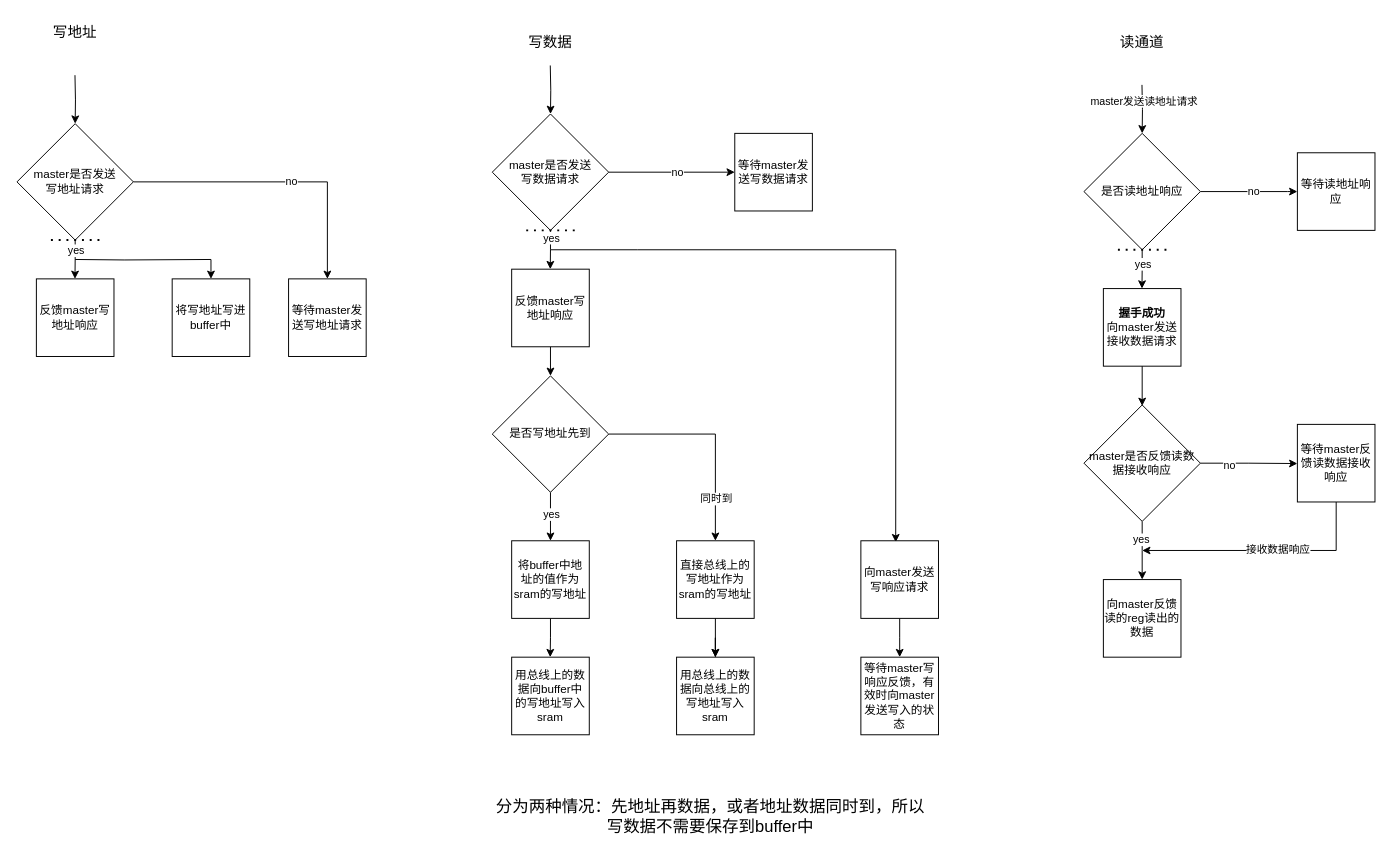
The draw.io diagram AXI-lite-reg.drawio in xiaoqiangshijie/oscpu-framework, before the edit. Source tidied: cells renumbered, new cells numbered last; positions are measured from the earlier drawing's top-left corner, leaving out a move shared by most shapes. Both pictures are drawn from the tidied source at 97%, with x=0, y=0 at pixel (16, 16).
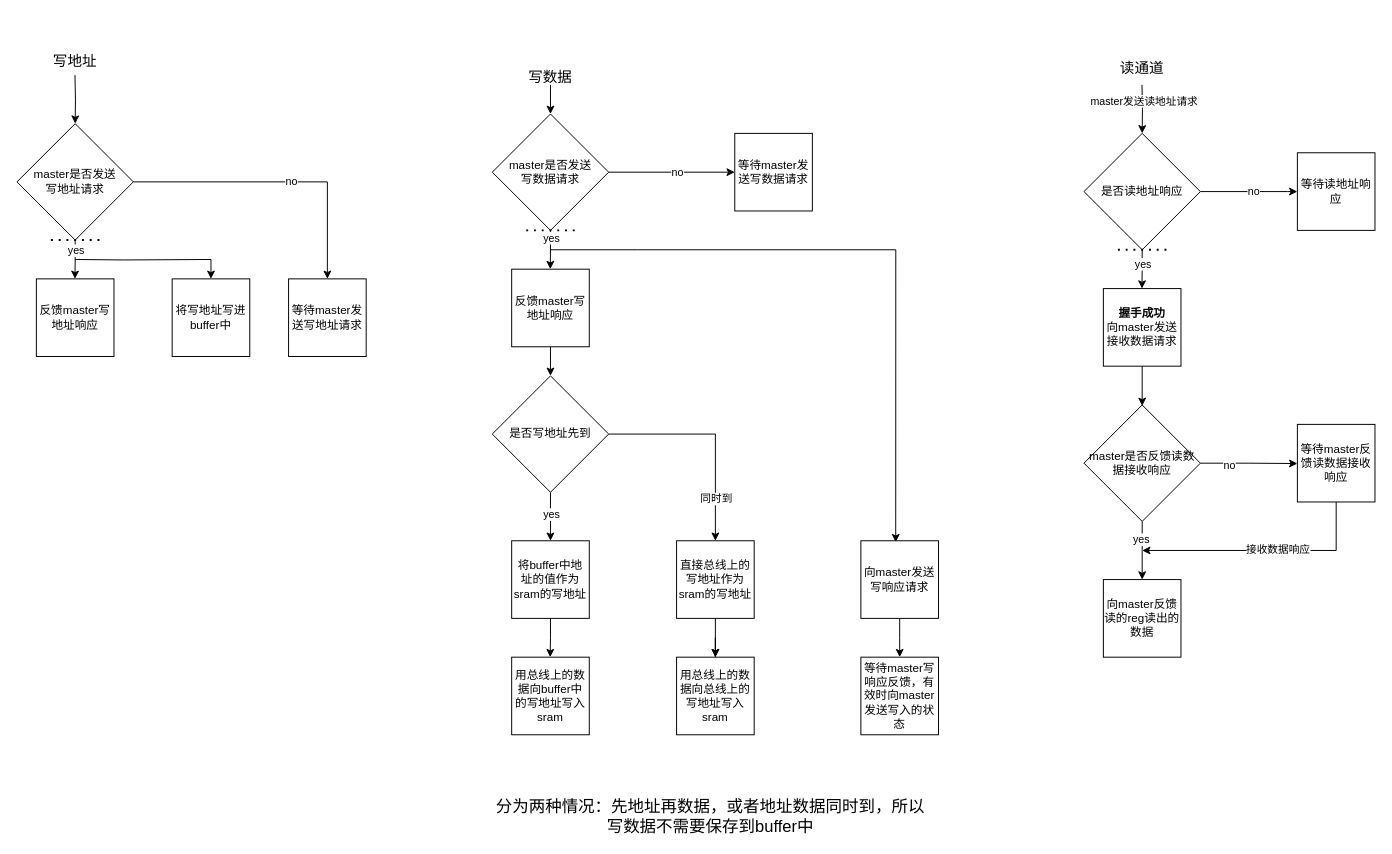
Above is the later version.

The change refers to these unchanged cells:
```xml
<mxCell id="15" value="master是否发送&lt;br&gt;写数据请求" style="rhombus;whiteSpace=wrap;html=1;" parent="1" vertex="1">
  <mxGeometry x="490" y="100" width="120" height="120" as="geometry" />
</mxCell>
```

The edit, as a diff of the source:
```diff
@@
-    <mxCell id="10" style="edgeStyle=orthogonalEdgeStyle;rounded=0;jettySize=auto;html=1;exitX=0.5;exitY=0;exitDx=0;exitDy=0;entryX=0.5;entryY=0;entryDx=0;entryDy=0;" parent="1" edge="1" target="15">
+    <mxCell id="10" style="edgeStyle=orthogonalEdgeStyle;rounded=0;jettySize=auto;html=1;entryX=0.5;entryY=0;entryDx=0;entryDy=0;" parent="1" edge="1" target="15">
       <mxGeometry relative="1" as="geometry">
-        <mxPoint x="549.8" y="50" as="sourcePoint" />
+        <mxPoint x="550" y="70" as="sourcePoint" />
       </mxGeometry>
     </mxCell>
@@
     <mxCell id="60" value="写数据" style="text;strokeColor=none;align=center;fillColor=none;html=1;verticalAlign=middle;whiteSpace=wrap;rounded=0;fontSize=15;" parent="1" vertex="1">
-      <mxGeometry x="520" y="10" width="60" height="30" as="geometry" />
+      <mxGeometry x="520" y="47" width="60" height="30" as="geometry" />
     </mxCell>
     <mxCell id="61" value="&lt;font style=&quot;font-size: 15px;&quot;&gt;写地址&lt;/font&gt;" style="text;strokeColor=none;align=center;fillColor=none;html=1;verticalAlign=middle;whiteSpace=wrap;rounded=0;" parent="1" vertex="1">
-      <mxGeometry x="30" width="60" height="30" as="geometry" />
+      <mxGeometry x="30" y="30" width="60" height="30" as="geometry" />
     </mxCell>
     <mxCell id="62" value="读通道" style="text;strokeColor=none;align=center;fillColor=none;html=1;verticalAlign=middle;whiteSpace=wrap;rounded=0;fontSize=15;" parent="1" vertex="1">
-      <mxGeometry x="1130" y="10" width="60" height="30" as="geometry" />
+      <mxGeometry x="1130" y="37" width="60" height="30" as="geometry" />
     </mxCell>
```
